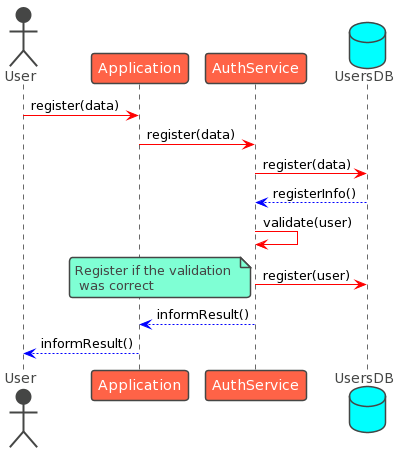
Earlier version of the PlantUML export images/06-registerSecuencia.png (Arquisoft/wiq_es05c).
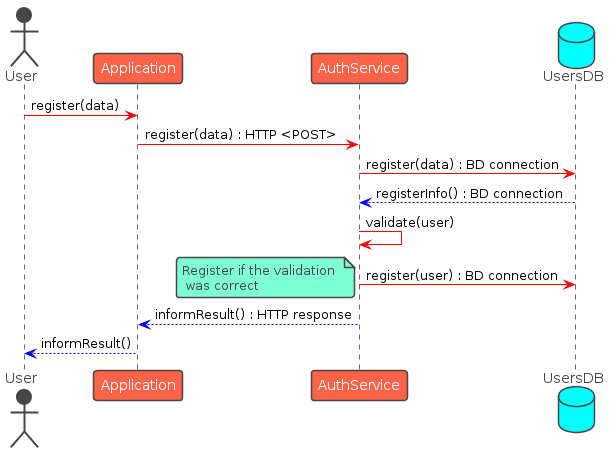
Later version of the same file.

Diff of the diagram source:
```diff
@@ -8,15 +8,15 @@
 database UsersDB as db
 
 User -[#red]> app : register(data)
-app -[#red]> reg : register(data)
-reg -[#red]> db : register(data)
-db -[#blue]-> reg : registerInfo()
+app -[#red]> reg : register(data) : HTTP <POST>
+reg -[#red]> db : register(data) : BD connection
+db -[#blue]-> reg : registerInfo() : BD connection
 reg -[#red]> reg : validate(user)
 
-reg -[#red]> db : register(user)
+reg -[#red]> db : register(user) : BD connection
 note left: Register if the validation \n was correct
 
-reg --[#blue]> app : informResult()
+reg --[#blue]> app : informResult() : HTTP response
 
 app --[#blue]> User : informResult()
 @enduml
```
